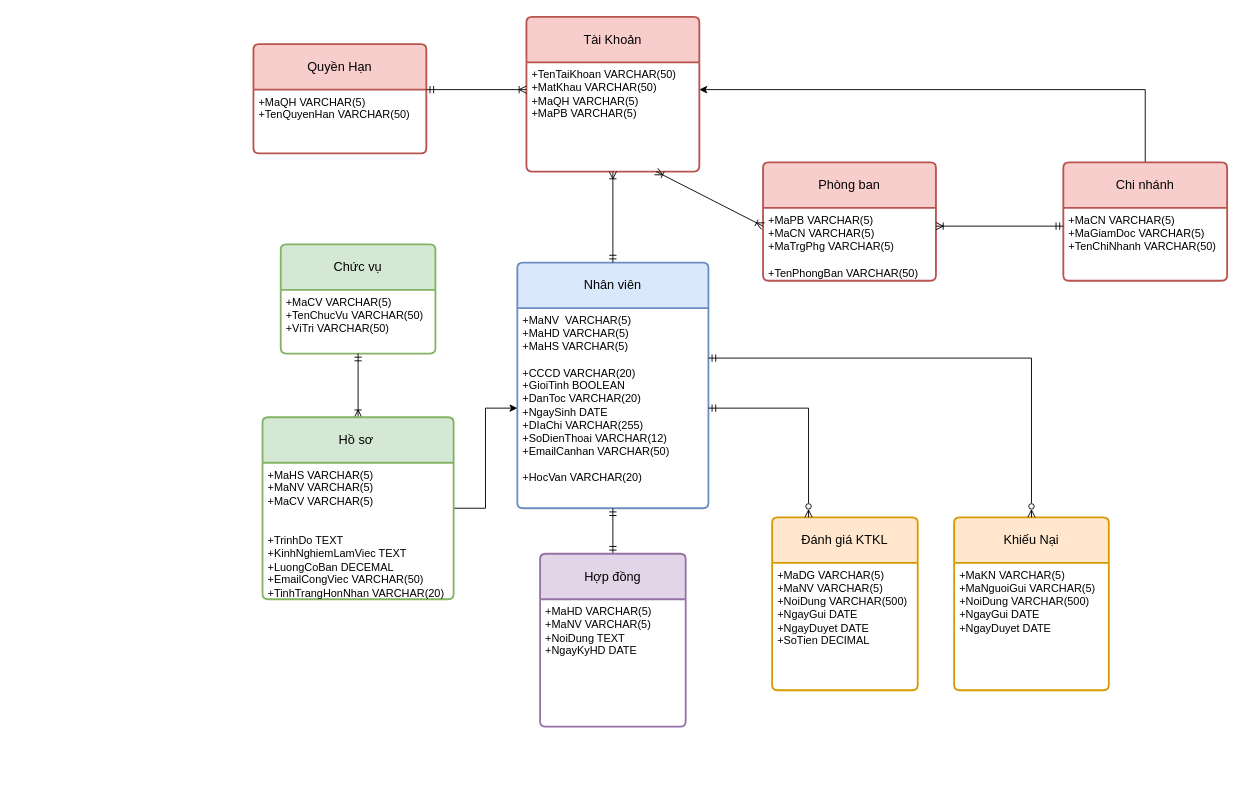
Earlier version of the draw.io diagram Untitled Diagram.drawio (dunkvippro/Quanlythuexe). Source tidied: cells renumbered, new cells numbered last; positions are measured from the earlier drawing's top-left corner, leaving out a move shared by most shapes. Both pictures are drawn from the tidied source at 91%, with x=0, y=0 at pixel (253, 16).
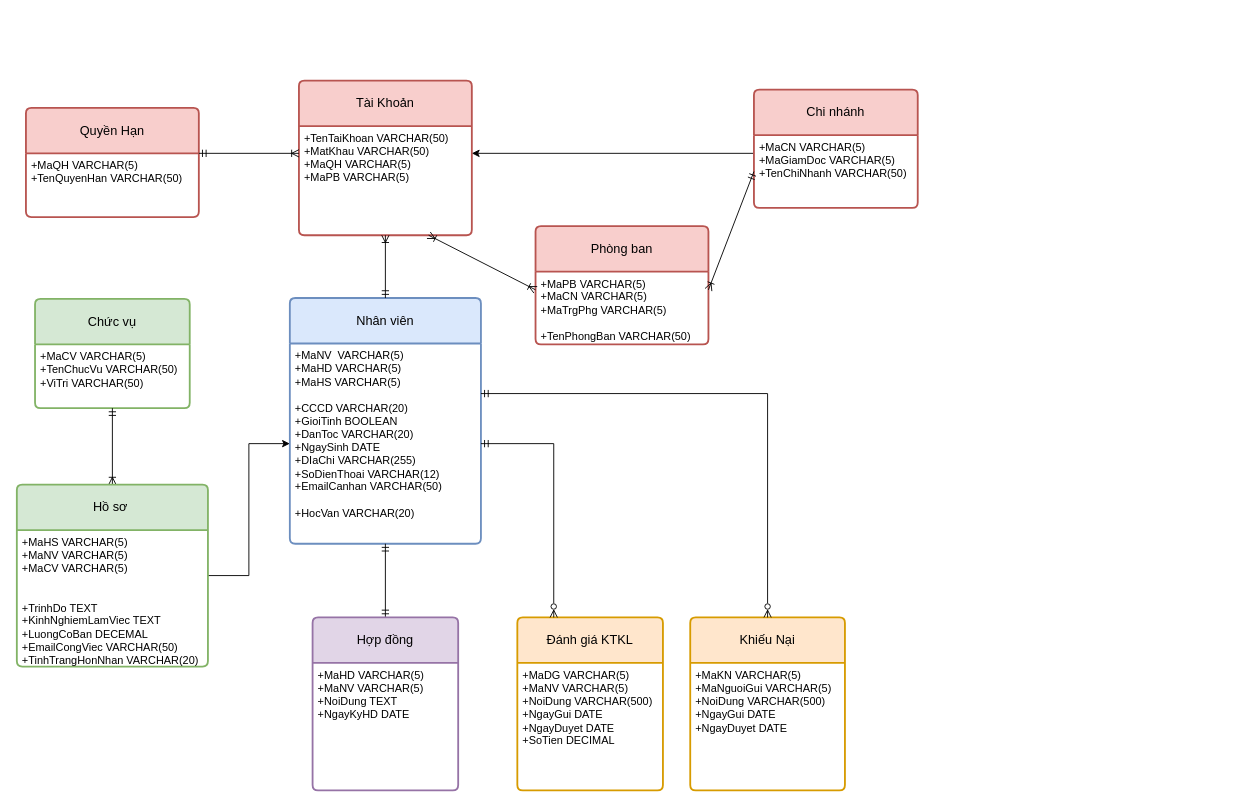
The same page after the edit.

The change refers to these unchanged cells:
```xml
<mxCell id="3" value="+TenTaiKhoan VARCHAR(50)&lt;br&gt;+MatKhau VARCHAR(50)&lt;br&gt;+MaQH VARCHAR(5)&lt;br&gt;+MaPB VARCHAR(5)" style="align=left;strokeColor=none;fillColor=none;spacingLeft=4;fontSize=12;verticalAlign=top;html=1;" parent="2" vertex="1">
  <mxGeometry y="50" width="190" height="120" as="geometry" />
</mxCell>
<mxCell id="10" value="+MaPB VARCHAR(5)&lt;br&gt;+MaCN VARCHAR(5)&lt;br&gt;+MaTrgPhg VARCHAR(5)&lt;br&gt;&lt;br&gt;+TenPhongBan VARCHAR(50)" style="align=left;strokeColor=none;fillColor=none;spacingLeft=4;fontSize=12;verticalAlign=top;html=1;" parent="9" vertex="1">
  <mxGeometry y="50" width="190" height="80" as="geometry" />
</mxCell>
<mxCell id="13" value="+MaCN VARCHAR(5)&lt;br&gt;+MaGiamDoc VARCHAR(5)&lt;br&gt;+TenChiNhanh VARCHAR(50)" style="align=left;strokeColor=none;fillColor=none;spacingLeft=4;fontSize=12;verticalAlign=top;html=1;" parent="12" vertex="1">
  <mxGeometry y="50" width="180" height="80" as="geometry" />
</mxCell>
```

The edit, as a diff of the source:
```diff
@@
     <mxCell id="2" value="Tài Khoản" style="swimlane;horizontal=1;startSize=50;rounded=1;fontSize=14;fontStyle=0;strokeWidth=2;shadow=0;dashed=0;align=center;arcSize=4;whiteSpace=wrap;html=1;fillColor=#f8cecc;strokeColor=#b85450;" parent="1" vertex="1">
-      <mxGeometry x="300" width="190" height="170" as="geometry" />
+      <mxGeometry x="50" y="70" width="190" height="170" as="geometry" />
     </mxCell>
@@
     <mxCell id="4" value="Quyền Hạn" style="swimlane;horizontal=1;startSize=50;rounded=1;fontSize=14;fontStyle=0;strokeWidth=2;shadow=0;dashed=0;align=center;arcSize=4;whiteSpace=wrap;html=1;fillColor=#f8cecc;strokeColor=#b85450;" parent="1" vertex="1">
-      <mxGeometry y="30" width="190" height="120" as="geometry" />
+      <mxGeometry x="-250" y="100" width="190" height="120" as="geometry" />
     </mxCell>
@@
     <mxCell id="7" value="Nhân viên" style="swimlane;horizontal=1;startSize=50;rounded=1;fontSize=14;fontStyle=0;strokeWidth=2;shadow=0;dashed=0;align=center;arcSize=4;whiteSpace=wrap;html=1;fillColor=#dae8fc;strokeColor=#6c8ebf;" parent="1" vertex="1">
-      <mxGeometry x="290" y="270" width="210" height="270" as="geometry" />
+      <mxGeometry x="40" y="309" width="210" height="270" as="geometry" />
     </mxCell>
@@
     <mxCell id="9" value="Phòng ban" style="swimlane;horizontal=1;startSize=50;rounded=1;fontSize=14;fontStyle=0;strokeWidth=2;shadow=0;dashed=0;align=center;arcSize=4;whiteSpace=wrap;html=1;fillColor=#f8cecc;strokeColor=#b85450;" parent="1" vertex="1">
-      <mxGeometry x="560" y="160" width="190" height="130" as="geometry" />
+      <mxGeometry x="310" y="230" width="190" height="130" as="geometry" />
     </mxCell>
@@
-    <mxCell id="11" style="edgeStyle=orthogonalEdgeStyle;rounded=0;jettySize=auto;html=1;entryX=1;entryY=0.25;entryDx=0;entryDy=0;exitX=0.5;exitY=0;exitDx=0;exitDy=0;" parent="1" edge="1" source="12" target="3">
-      <mxGeometry relative="1" as="geometry">
-        <Array as="points">
-          <mxPoint x="980" y="80" />
-        </Array>
-      </mxGeometry>
+    <mxCell id="11" style="rounded=0;jettySize=auto;html=1;entryX=1;entryY=0.25;entryDx=0;entryDy=0;exitX=0;exitY=0.25;exitDx=0;exitDy=0;" parent="1" edge="1" source="13" target="3">
+      <mxGeometry relative="1" as="geometry" />
     </mxCell>
     <mxCell id="12" value="Chi nhánh" style="swimlane;horizontal=1;startSize=50;rounded=1;fontSize=14;fontStyle=0;strokeWidth=2;shadow=0;dashed=0;align=center;arcSize=4;whiteSpace=wrap;html=1;fillColor=#f8cecc;strokeColor=#b85450;" parent="1" vertex="1">
-      <mxGeometry x="890" y="160" width="180" height="130" as="geometry" />
+      <mxGeometry x="550" y="80" width="180" height="130" as="geometry" />
     </mxCell>
@@
     <mxCell id="14" value="Chức vụ" style="swimlane;horizontal=1;startSize=50;rounded=1;fontSize=14;fontStyle=0;strokeWidth=2;shadow=0;dashed=0;align=center;arcSize=4;whiteSpace=wrap;html=1;fillColor=#d5e8d4;strokeColor=#82b366;" parent="1" vertex="1">
-      <mxGeometry x="30" y="250" width="170" height="120" as="geometry" />
+      <mxGeometry x="-240" y="310" width="170" height="120" as="geometry" />
     </mxCell>
@@
     <mxCell id="16" value="Đánh giá KTKL" style="swimlane;horizontal=1;startSize=50;rounded=1;fontSize=14;fontStyle=0;strokeWidth=2;shadow=0;dashed=0;align=center;arcSize=4;whiteSpace=wrap;html=1;fillColor=#ffe6cc;strokeColor=#d79b00;" parent="1" vertex="1">
-      <mxGeometry x="570" y="550" width="160" height="190" as="geometry" />
+      <mxGeometry x="290" y="660" width="160" height="190" as="geometry" />
     </mxCell>
@@
     <mxCell id="18" value="Khiếu Nại" style="swimlane;horizontal=1;startSize=50;rounded=1;fontSize=14;fontStyle=0;strokeWidth=2;shadow=0;dashed=0;align=center;arcSize=4;whiteSpace=wrap;html=1;fillColor=#ffe6cc;strokeColor=#d79b00;" parent="1" vertex="1">
-      <mxGeometry x="770" y="550" width="170" height="190" as="geometry" />
+      <mxGeometry x="480" y="660" width="170" height="190" as="geometry" />
     </mxCell>
@@
-    <mxCell id="20" style="fontSize=12;html=1;endArrow=ERmandOne;startArrow=ERoneToMany;rounded=0;entryX=0;entryY=0.25;entryDx=0;entryDy=0;exitX=1;exitY=0.25;exitDx=0;exitDy=0;endFill=0;startFill=0;" parent="1" edge="1" source="10" target="13">
+    <mxCell id="20" style="fontSize=12;html=1;endArrow=ERmandOne;startArrow=ERoneToMany;rounded=0;entryX=0;entryY=0.5;entryDx=0;entryDy=0;exitX=1;exitY=0.25;exitDx=0;exitDy=0;endFill=0;startFill=0;" parent="1" edge="1" source="10" target="13">
       <mxGeometry relative="1" as="geometry" />
     </mxCell>
@@
     <mxCell id="27" value="Hồ sơ&amp;nbsp;" style="swimlane;horizontal=1;startSize=50;rounded=1;fontSize=14;fontStyle=0;strokeWidth=2;shadow=0;dashed=0;align=center;arcSize=4;whiteSpace=wrap;html=1;fillColor=#d5e8d4;strokeColor=#82b366;" parent="1" vertex="1">
-      <mxGeometry x="10" y="440" width="210" height="200" as="geometry" />
+      <mxGeometry x="-260" y="514" width="210" height="200" as="geometry" />
     </mxCell>
@@
     <mxCell id="30" value="Hợp đồng" style="swimlane;horizontal=1;startSize=50;rounded=1;fontSize=14;fontStyle=0;strokeWidth=2;shadow=0;dashed=0;align=center;arcSize=4;whiteSpace=wrap;html=1;fillColor=#e1d5e7;strokeColor=#9673a6;" parent="1" vertex="1">
-      <mxGeometry x="315" y="590" width="160" height="190" as="geometry" />
+      <mxGeometry x="65" y="660" width="160" height="190" as="geometry" />
     </mxCell>
```
